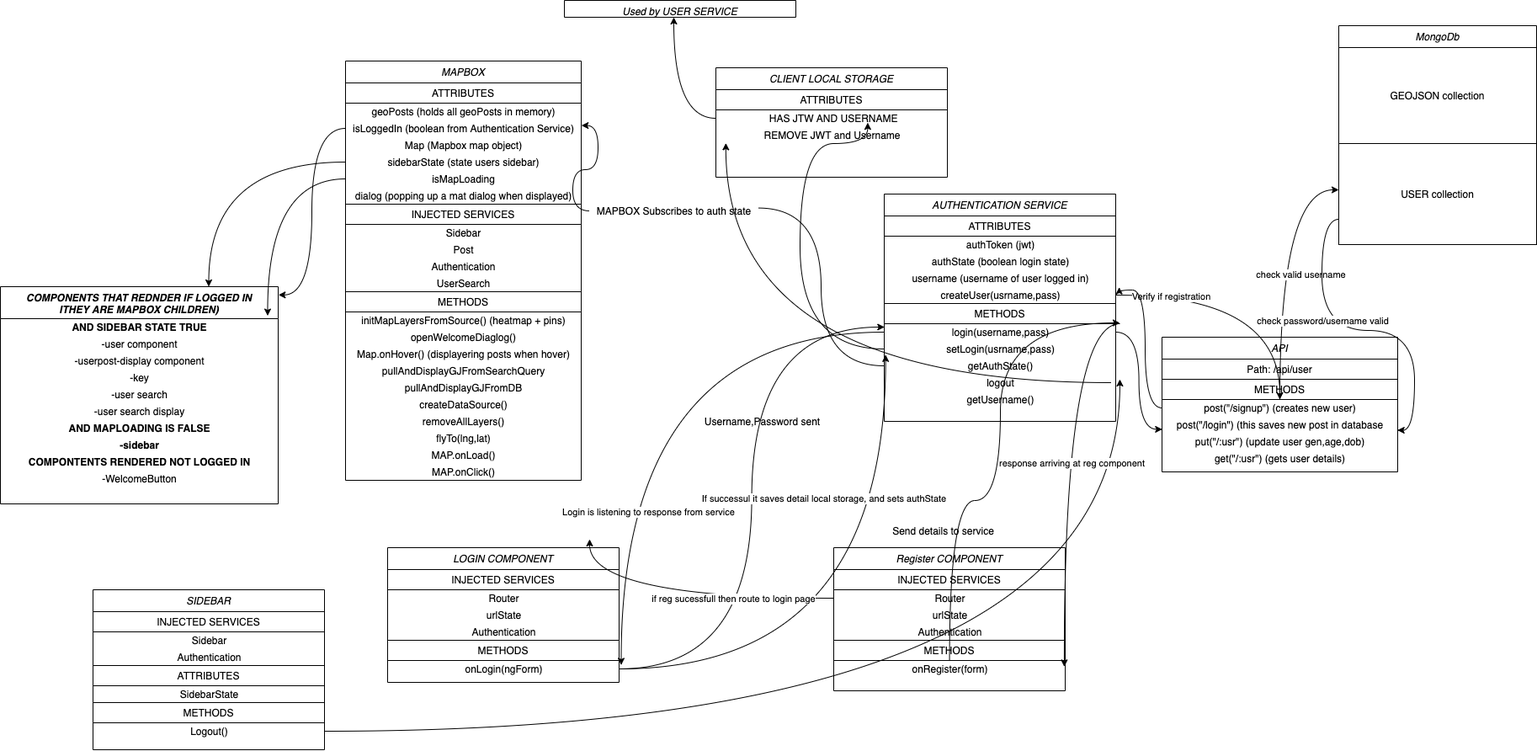
Earlier version of the draw.io export supporting_images/auth.png (edysfy/Group_website). Source tidied: cells renumbered, new cells last; positions are measured from the earlier drawing's top-left corner, leaving out a move shared by most shapes.
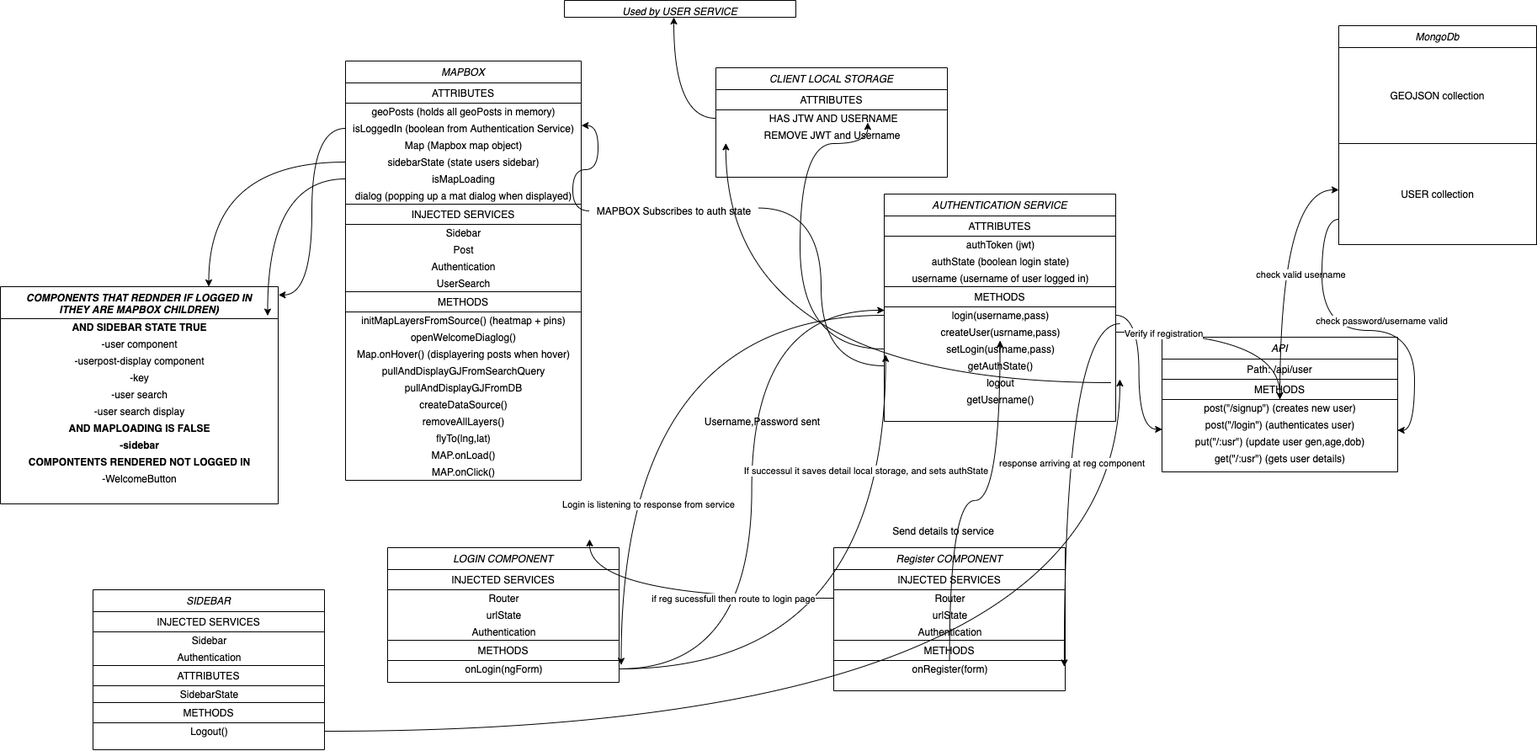
The same file after the commit.

What changed in the source:
```diff
@@ -17,15 +17,15 @@
     <mxCell id="6" value="username (username of user logged in)" style="text;html=1;align=center;verticalAlign=middle;strokeColor=none;" parent="2" vertex="1">
       <mxGeometry y="90" width="275" height="20" as="geometry" />
     </mxCell>
-    <mxCell id="7" value="createUser(usrname,pass)" style="text;html=1;align=center;verticalAlign=middle;points=[];strokeColor=none;" parent="2" vertex="1">
-      <mxGeometry y="110" width="275" height="20" as="geometry" />
-    </mxCell>
     <mxCell id="8" value="METHODS" style="whiteSpace=wrap;html=1;align=center;" parent="2" vertex="1">
-      <mxGeometry y="130" width="275" height="24" as="geometry" />
+      <mxGeometry y="110" width="275" height="24" as="geometry" />
     </mxCell>
     <mxCell id="9" value="login(username,pass)" style="text;html=1;align=center;verticalAlign=middle;points=[];strokeColor=none;" parent="2" vertex="1">
-      <mxGeometry y="154" width="275" height="20" as="geometry" />
+      <mxGeometry y="134" width="275" height="20" as="geometry" />
     </mxCell>
+    <mxCell id="7" value="createUser(usrname,pass)" style="text;html=1;align=center;verticalAlign=middle;points=[];strokeColor=none;" parent="2" vertex="1">
+      <mxGeometry y="154" width="275" height="20" as="geometry" />
+    </mxCell>
     <mxCell id="10" value="setLogin(usrname,pass)" style="text;html=1;align=center;verticalAlign=middle;points=[];strokeColor=none;" parent="2" vertex="1">
       <mxGeometry y="174" width="275" height="20" as="geometry" />
     </mxCell>
@@ -50,7 +50,7 @@
     <mxCell id="17" value="post(&quot;/signup&quot;) (creates new user)" style="text;html=1;align=center;verticalAlign=middle;points=[];strokeColor=none;" parent="14" vertex="1">
       <mxGeometry y="74" width="280" height="20" as="geometry" />
     </mxCell>
-    <mxCell id="18" value="post(&quot;/login&quot;) (this saves new post in database" style="text;html=1;align=center;verticalAlign=middle;points=[];strokeColor=none;" parent="14" vertex="1">
+    <mxCell id="18" value="post(&quot;/login&quot;) (authenticates user)" style="text;html=1;align=center;verticalAlign=middle;points=[];strokeColor=none;" parent="14" vertex="1">
       <mxGeometry y="94" width="280" height="20" as="geometry" />
     </mxCell>
     <mxCell id="19" value="put(&quot;/:usr&quot;) (update user gen,age,dob)" style="text;html=1;align=center;verticalAlign=middle;strokeColor=none;" parent="14" vertex="1">
@@ -181,7 +181,9 @@
       <mxGeometry relative="1" as="geometry" />
     </mxCell>
     <mxCell id="60" value="check password/username valid" style="edgeLabel;html=1;align=center;verticalAlign=middle;" parent="59" vertex="1">
-      <mxGeometry x="-0.3" relative="1" as="geometry" />
+      <mxGeometry x="-0.3" relative="1" as="geometry">
+        <mxPoint x="70" as="offset" />
+      </mxGeometry>
     </mxCell>
     <mxCell id="61" value="CLIENT LOCAL STORAGE" style="swimlane;fontStyle=2;align=center;verticalAlign=top;horizontal=1;startSize=26;rounded=0;shadow=0;strokeWidth=1;" parent="1" vertex="1">
       <mxGeometry x="850" y="80" width="275" height="130" as="geometry" />
@@ -235,7 +237,7 @@
     </mxCell>
     <mxCell id="77" value="If successul it saves detail local storage, and sets authState&amp;nbsp;" style="edgeLabel;html=1;align=center;verticalAlign=middle;" parent="76" vertex="1">
       <mxGeometry x="0.69" y="10" relative="1" as="geometry">
-        <mxPoint x="-62" y="62" as="offset" />
+        <mxPoint x="-12" y="29" as="offset" />
       </mxGeometry>
     </mxCell>
     <mxCell id="78" style="edgeStyle=orthogonalEdgeStyle;curved=1;rounded=0;jettySize=auto;html=1;entryX=0.656;entryY=-0.243;entryDx=0;entryDy=0;entryPerimeter=0;align=center;" parent="1" edge="1" source="10" target="64">
@@ -348,15 +350,6 @@
         <mxPoint x="1" as="offset" />
       </mxGeometry>
     </mxCell>
-    <mxCell id="110" style="edgeStyle=orthogonalEdgeStyle;curved=1;rounded=0;jettySize=auto;html=1;entryX=1.018;entryY=-0.05;entryDx=0;entryDy=0;entryPerimeter=0;align=center;" parent="1" edge="1" source="56" target="9">
-      <mxGeometry relative="1" as="geometry">
-        <Array as="points">
-          <mxPoint x="1128" y="594" />
-          <mxPoint x="1188" y="594" />
-          <mxPoint x="1188" y="383" />
-        </Array>
-      </mxGeometry>
-    </mxCell>
     <mxCell id="111" style="edgeStyle=orthogonalEdgeStyle;curved=1;rounded=0;jettySize=auto;html=1;entryX=0.996;entryY=0.367;entryDx=0;entryDy=0;entryPerimeter=0;align=center;" parent="1" edge="1" target="56">
       <mxGeometry relative="1" as="geometry">
         <mxPoint x="1330" y="384" as="sourcePoint" />
@@ -378,15 +371,6 @@
     <mxCell id="115" value="Send details to service" style="text;html=1;align=center;verticalAlign=middle;strokeColor=none;" parent="1" vertex="1">
       <mxGeometry x="1050" y="620" width="140" height="20" as="geometry" />
     </mxCell>
-    <mxCell id="116" style="edgeStyle=orthogonalEdgeStyle;curved=1;rounded=0;jettySize=auto;html=1;entryX=1.015;entryY=0.033;entryDx=0;entryDy=0;entryPerimeter=0;align=center;" parent="1" edge="1" source="17" target="7">
-      <mxGeometry relative="1" as="geometry">
-        <Array as="points">
-          <mxPoint x="1360" y="484" />
-          <mxPoint x="1360" y="344" />
-          <mxPoint x="1329" y="344" />
-        </Array>
-      </mxGeometry>
-    </mxCell>
     <mxCell id="117" value="Username,Password sent&lt;br&gt;" style="text;html=1;align=center;verticalAlign=middle;strokeColor=none;" parent="1" vertex="1">
       <mxGeometry x="830" y="490" width="150" height="20" as="geometry" />
     </mxCell>
@@ -401,5 +385,8 @@
     <mxCell id="120" value="Used by USER SERVICE" style="swimlane;fontStyle=2;align=center;verticalAlign=top;horizontal=1;startSize=26;rounded=0;shadow=0;strokeWidth=1;" parent="1" vertex="1">
       <mxGeometry x="670" width="275" height="20" as="geometry" />
     </mxCell>
+    <mxCell id="121" style="edgeStyle=orthogonalEdgeStyle;curved=1;rounded=0;jettySize=auto;html=1;" parent="1" edge="1" source="56" target="7">
+      <mxGeometry relative="1" as="geometry" />
+    </mxCell>
   </root>
 </mxGraphModel>
```
